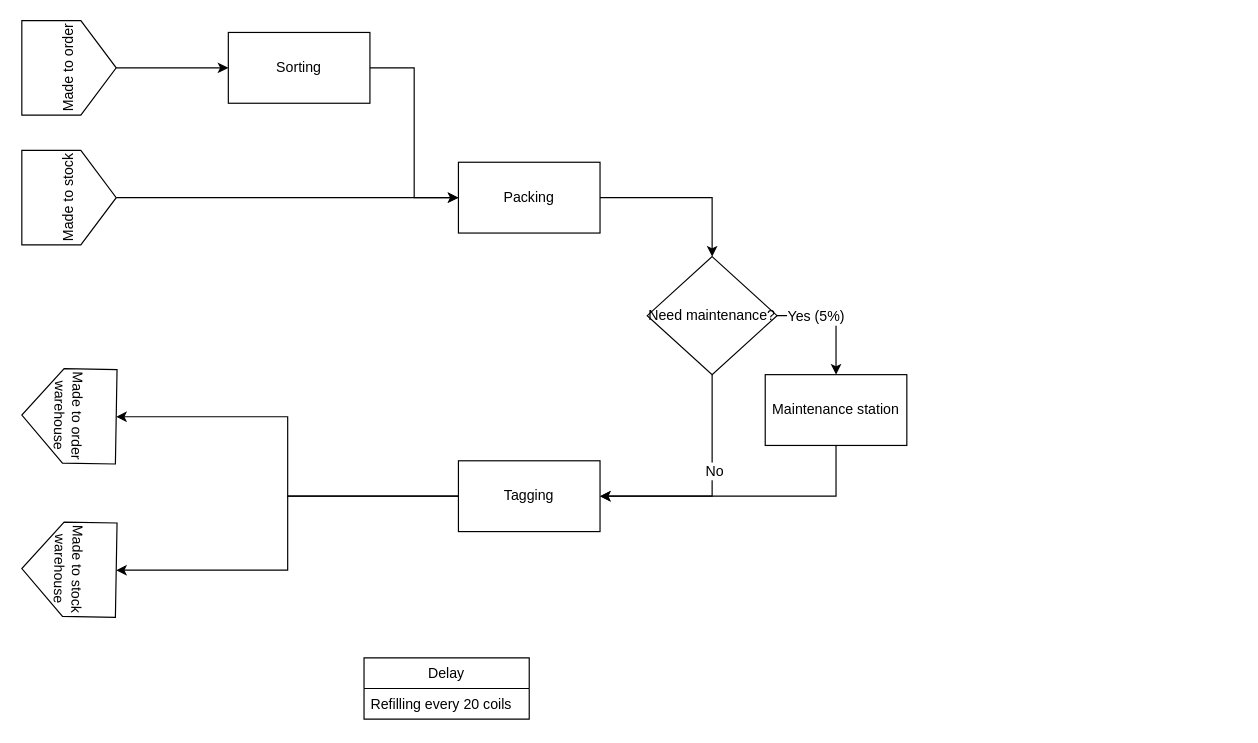
aboutkrin/aboutkrin.github.io keeps this draw.io diagram as Em-Con-Frame.drawio. Above is the earlier version. Source tidied: cells renumbered, new cells numbered last; positions are measured from the earlier drawing's top-left corner, leaving out a move shared by most shapes. Both pictures are drawn from the tidied source at 118%, with x=0, y=0 at pixel (21, 20).
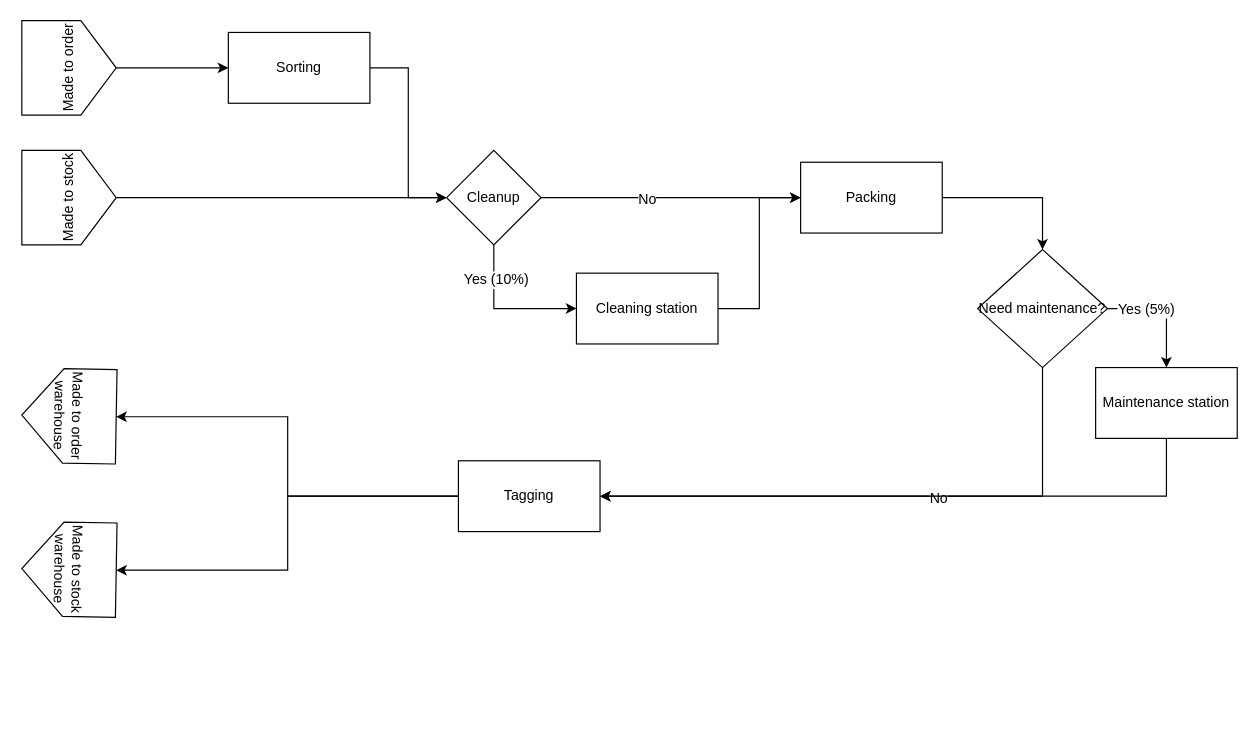
The same diagram, later.

Unchanged cells that the change refers to:
```xml
<mxCell id="6" value="Sorting" style="rounded=0;whiteSpace=wrap;html=1;" parent="1" vertex="1">
  <mxGeometry x="175" y="10" width="120" height="60" as="geometry" />
</mxCell>
<mxCell id="11" value="Made to stock" style="shape=offPageConnector;whiteSpace=wrap;html=1;rotation=-90;" parent="1" vertex="1">
  <mxGeometry y="110" width="80" height="80" as="geometry" />
</mxCell>
```

Diff of the diagram source:
```diff
@@
-    <mxCell id="5" style="edgeStyle=orthogonalEdgeStyle;rounded=0;jettySize=auto;html=1;exitX=1;exitY=0.5;exitDx=0;exitDy=0;entryX=0;entryY=0.5;entryDx=0;entryDy=0;" parent="1" edge="1" source="6" target="13">
-      <mxGeometry relative="1" as="geometry" />
-    </mxCell>
+    <mxCell id="24" style="edgeStyle=orthogonalEdgeStyle;rounded=0;jettySize=auto;html=1;exitX=1;exitY=0.5;exitDx=0;exitDy=0;entryX=0;entryY=0.5;entryDx=0;entryDy=0;" parent="1" edge="1" source="6" target="30">
+      <mxGeometry relative="1" as="geometry" />
+    </mxCell>
@@
-    <mxCell id="10" style="edgeStyle=orthogonalEdgeStyle;rounded=0;jettySize=auto;html=1;exitX=0.5;exitY=1;exitDx=0;exitDy=0;" parent="1" edge="1" source="11" target="13">
-      <mxGeometry relative="1" as="geometry" />
-    </mxCell>
+    <mxCell id="25" style="edgeStyle=orthogonalEdgeStyle;rounded=0;jettySize=auto;html=1;exitX=0.5;exitY=1;exitDx=0;exitDy=0;" parent="1" edge="1" source="11" target="30">
+      <mxGeometry relative="1" as="geometry" />
+    </mxCell>
@@
     <mxCell id="13" value="Packing" style="rounded=0;whiteSpace=wrap;html=1;" parent="1" vertex="1">
-      <mxGeometry x="370" y="120" width="120" height="60" as="geometry" />
+      <mxGeometry x="660" y="120" width="120" height="60" as="geometry" />
     </mxCell>
@@
     <mxCell id="19" value="Need maintenance?" style="rhombus;whiteSpace=wrap;html=1;" parent="1" vertex="1">
-      <mxGeometry x="530" y="200" width="110" height="100" as="geometry" />
+      <mxGeometry x="810" y="194" width="110" height="100" as="geometry" />
     </mxCell>
@@
     <mxCell id="21" value="Maintenance station" style="rounded=0;whiteSpace=wrap;html=1;" parent="1" vertex="1">
-      <mxGeometry x="630" y="300" width="120" height="60" as="geometry" />
+      <mxGeometry x="910" y="294" width="120" height="60" as="geometry" />
     </mxCell>
-    <mxCell id="22" value="Delay" style="swimlane;fontStyle=0;horizontal=1;startSize=26;fillColor=none;" parent="1" vertex="1">
-      <mxGeometry x="290" y="540" width="140" height="52" as="geometry" />
-    </mxCell>
-    <mxCell id="23" value="Refilling every 20 coils" style="text;strokeColor=none;fillColor=none;align=left;verticalAlign=top;spacingLeft=4;spacingRight=4;overflow=hidden;" parent="22" vertex="1">
-      <mxGeometry y="26" width="140" height="26" as="geometry" />
-    </mxCell>
+    <mxCell id="26" style="edgeStyle=orthogonalEdgeStyle;rounded=0;jettySize=auto;html=1;exitX=0.5;exitY=1;exitDx=0;exitDy=0;entryX=0;entryY=0.5;entryDx=0;entryDy=0;" parent="1" edge="1" source="30" target="32">
+      <mxGeometry relative="1" as="geometry" />
+    </mxCell>
+    <mxCell id="27" value="Yes (10%)" style="text;html=1;align=center;verticalAlign=middle;labelBackgroundColor=#ffffff;" parent="26" vertex="1">
+      <mxGeometry x="-0.53" y="1" relative="1" as="geometry" />
+    </mxCell>
+    <mxCell id="28" style="edgeStyle=orthogonalEdgeStyle;rounded=0;jettySize=auto;html=1;exitX=1;exitY=0.5;exitDx=0;exitDy=0;" parent="1" edge="1" source="30" target="13">
+      <mxGeometry relative="1" as="geometry" />
+    </mxCell>
+    <mxCell id="29" value="No" style="text;html=1;align=center;verticalAlign=middle;labelBackgroundColor=#ffffff;" parent="28" vertex="1">
+      <mxGeometry x="-0.19" y="-1" relative="1" as="geometry" />
+    </mxCell>
+    <mxCell id="30" value="Cleanup" style="rhombus;whiteSpace=wrap;html=1;" parent="1" vertex="1">
+      <mxGeometry x="360" y="110" width="80" height="80" as="geometry" />
+    </mxCell>
+    <mxCell id="31" style="edgeStyle=orthogonalEdgeStyle;rounded=0;jettySize=auto;html=1;exitX=1;exitY=0.5;exitDx=0;exitDy=0;entryX=0;entryY=0.5;entryDx=0;entryDy=0;" parent="1" edge="1" source="32" target="13">
+      <mxGeometry relative="1" as="geometry" />
+    </mxCell>
+    <mxCell id="32" value="Cleaning station" style="rounded=0;whiteSpace=wrap;html=1;" parent="1" vertex="1">
+      <mxGeometry x="470" y="214" width="120" height="60" as="geometry" />
+    </mxCell>
```
